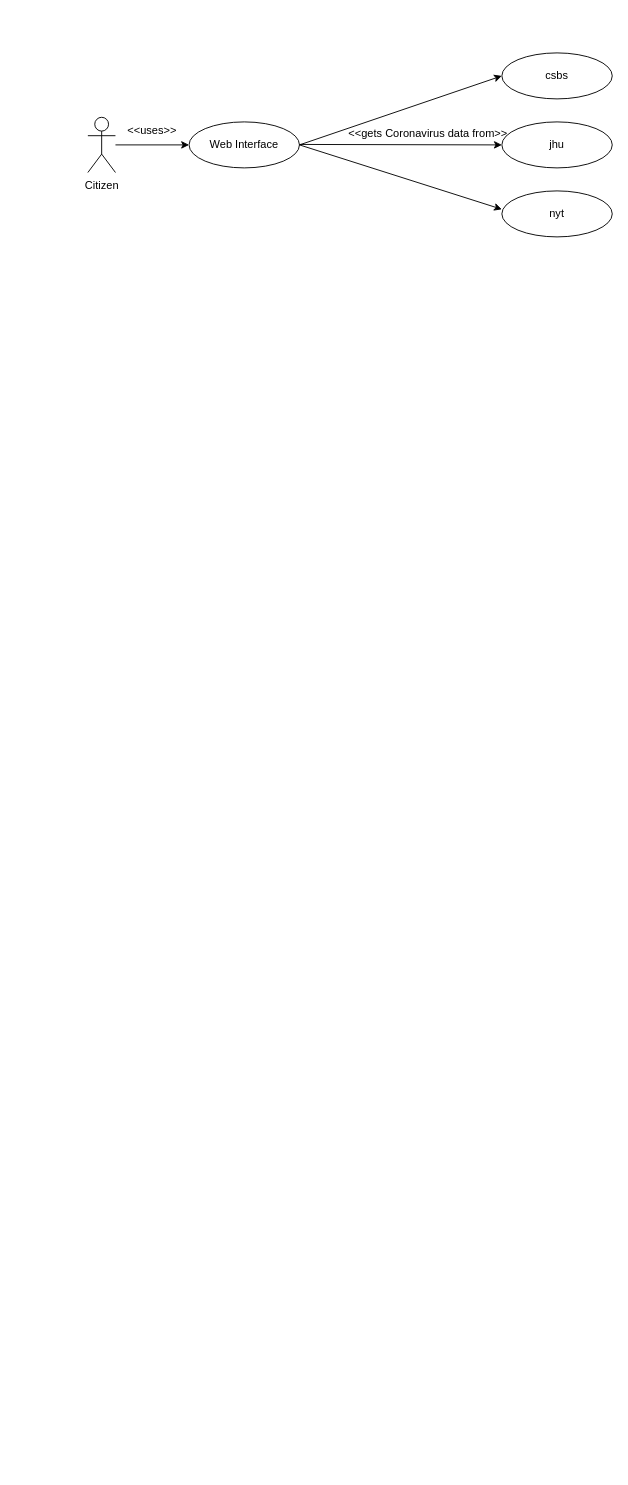
Earlier version of the draw.io diagram Untitled Diagram.drawio (ChenYaooooo/mfgr). Source tidied: cells renumbered, new cells numbered last; positions are measured from the earlier drawing's top-left corner, leaving out a move shared by most shapes. Both pictures are drawn from the tidied source at 92%, with x=0, y=0 at pixel (87, 52).
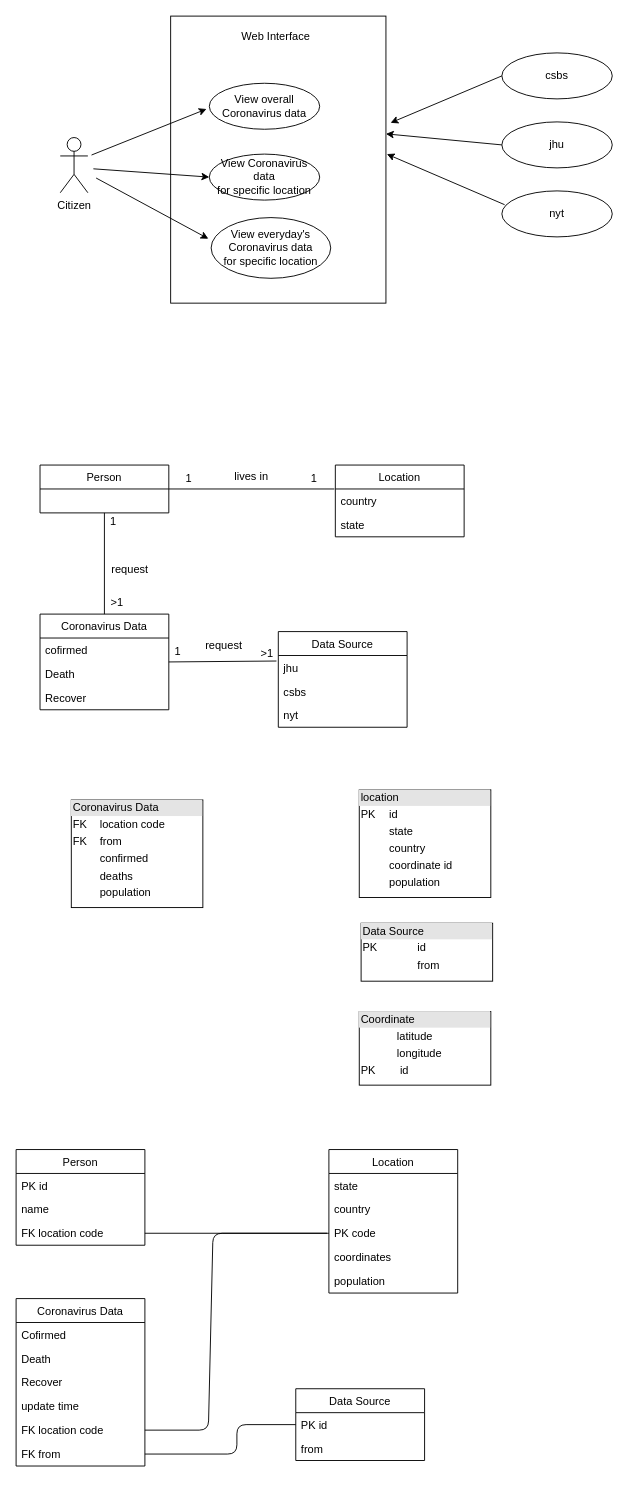
The same diagram, later.

Unchanged cells that the change refers to:
```xml
<mxCell id="6" value="jhu" style="ellipse;whiteSpace=wrap;html=1;" parent="1" vertex="1">
  <mxGeometry x="450" y="75" width="120" height="50" as="geometry" />
</mxCell>
<mxCell id="9" value="csbs" style="ellipse;whiteSpace=wrap;html=1;" parent="1" vertex="1">
  <mxGeometry x="450" width="120" height="50" as="geometry" />
</mxCell>
<mxCell id="10" value="nyt" style="ellipse;whiteSpace=wrap;html=1;" parent="1" vertex="1">
  <mxGeometry x="450" y="150" width="120" height="50" as="geometry" />
</mxCell>
```

Diff of the diagram source:
```diff
@@
     <mxCell id="2" value="Citizen" style="shape=umlActor;verticalLabelPosition=bottom;verticalAlign=top;html=1;" parent="1" vertex="1">
-      <mxGeometry y="70" width="30" height="60" as="geometry" />
+      <mxGeometry x="-30" y="92" width="30" height="60" as="geometry" />
     </mxCell>
-    <mxCell id="3" value="Web Interface" style="ellipse;whiteSpace=wrap;html=1;" parent="1" vertex="1">
-      <mxGeometry x="110" y="75" width="120" height="50" as="geometry" />
-    </mxCell>
-    <mxCell id="4" style="endArrow=classic;html=1;entryX=0;entryY=0.5;entryDx=0;entryDy=0;" parent="1" edge="1" target="3">
-      <mxGeometry relative="1" as="geometry">
-        <mxPoint x="30" y="100" as="sourcePoint" />
-      </mxGeometry>
-    </mxCell>
-    <mxCell id="5" value="&amp;lt;&amp;lt;uses&amp;gt;&amp;gt;" style="text;html=1;strokeColor=none;fillColor=none;align=center;verticalAlign=middle;whiteSpace=wrap;rounded=0;" parent="1" vertex="1">
-      <mxGeometry x="50" y="75" width="40" height="20" as="geometry" />
-    </mxCell>
@@
-    <mxCell id="7" value="&amp;lt;&amp;lt;gets Coronavirus data from&amp;gt;&amp;gt;" style="text;html=1;strokeColor=none;fillColor=none;align=center;verticalAlign=middle;whiteSpace=wrap;rounded=0;" parent="1" vertex="1">
-      <mxGeometry x="270" y="80" width="200" height="15" as="geometry" />
-    </mxCell>
-    <mxCell id="8" style="endArrow=classic;html=1;entryX=0;entryY=0.5;entryDx=0;entryDy=0;" parent="1" edge="1" target="6">
+    <mxCell id="8" style="endArrow=classic;html=1;exitX=0;exitY=0.5;exitDx=0;exitDy=0;" parent="1" edge="1" source="6">
       <mxGeometry relative="1" as="geometry">
-        <mxPoint x="230" y="99.5" as="sourcePoint" />
+        <mxPoint x="324" y="88" as="targetPoint" />
       </mxGeometry>
     </mxCell>
@@
-    <mxCell id="11" style="endArrow=classic;html=1;entryX=0;entryY=0.5;entryDx=0;entryDy=0;exitX=1;exitY=0.5;exitDx=0;exitDy=0;" parent="1" edge="1" source="3" target="9">
-      <mxGeometry relative="1" as="geometry" />
+    <mxCell id="11" style="endArrow=classic;html=1;exitX=0;exitY=0.5;exitDx=0;exitDy=0;" parent="1" edge="1" source="9">
+      <mxGeometry relative="1" as="geometry">
+        <mxPoint x="329" y="76" as="targetPoint" />
+      </mxGeometry>
     </mxCell>
-    <mxCell id="12" style="endArrow=classic;html=1;exitX=1;exitY=0.5;exitDx=0;exitDy=0;" parent="1" edge="1" source="3">
+    <mxCell id="12" style="endArrow=classic;html=1;exitX=0.025;exitY=0.3;exitDx=0;exitDy=0;exitPerimeter=0;" parent="1" edge="1" source="10">
       <mxGeometry relative="1" as="geometry">
-        <mxPoint x="450" y="170" as="targetPoint" />
+        <mxPoint x="325" y="110" as="targetPoint" />
       </mxGeometry>
     </mxCell>
+    <mxCell id="13" style="rounded=0;whiteSpace=wrap;html=1;" parent="1" vertex="1">
+      <mxGeometry x="90" y="-40" width="234" height="312" as="geometry" />
+    </mxCell>
+    <mxCell id="14" value="View overall Coronavirus data" style="ellipse;whiteSpace=wrap;html=1;" parent="1" vertex="1">
+      <mxGeometry x="132" y="33" width="120" height="50" as="geometry" />
+    </mxCell>
+    <mxCell id="15" value="&lt;div&gt;View Coronavirus data&lt;/div&gt;&lt;div&gt;for specific location&lt;br&gt;&lt;/div&gt;" style="ellipse;whiteSpace=wrap;html=1;" parent="1" vertex="1">
+      <mxGeometry x="132" y="110" width="120" height="50" as="geometry" />
+    </mxCell>
+    <mxCell id="16" value="&lt;div&gt;View everyday's Coronavirus data&lt;/div&gt;&lt;div&gt;for specific location&lt;br&gt;&lt;/div&gt;" style="ellipse;whiteSpace=wrap;html=1;" parent="1" vertex="1">
+      <mxGeometry x="134" y="179" width="130" height="66" as="geometry" />
+    </mxCell>
+    <mxCell id="17" style="endArrow=classic;html=1;" parent="1" edge="1">
+      <mxGeometry relative="1" as="geometry">
+        <mxPoint x="4" y="111" as="sourcePoint" />
+        <mxPoint x="129" y="61" as="targetPoint" />
+      </mxGeometry>
+    </mxCell>
+    <mxCell id="18" style="endArrow=classic;html=1;entryX=0;entryY=0.5;entryDx=0;entryDy=0;" parent="1" edge="1" target="15">
+      <mxGeometry relative="1" as="geometry">
+        <mxPoint x="6" y="126" as="sourcePoint" />
+      </mxGeometry>
+    </mxCell>
+    <mxCell id="19" style="endArrow=classic;html=1;" parent="1" edge="1">
+      <mxGeometry relative="1" as="geometry">
+        <mxPoint x="9" y="136" as="sourcePoint" />
+        <mxPoint x="131" y="202" as="targetPoint" />
+      </mxGeometry>
+    </mxCell>
+    <mxCell id="3" value="Web Interface" style="text;html=1;strokeColor=none;fillColor=none;align=center;verticalAlign=middle;whiteSpace=wrap;rounded=0;" parent="1" vertex="1">
+      <mxGeometry x="153" y="-27" width="103" height="20" as="geometry" />
+    </mxCell>
+    <mxCell id="20" value="Person" style="swimlane;fontStyle=0;horizontal=1;startSize=26;" parent="1" vertex="1">
+      <mxGeometry x="-52" y="448" width="140" height="52" as="geometry" />
+    </mxCell>
+    <mxCell id="21" value="Location" style="swimlane;fontStyle=0;horizontal=1;startSize=26;" parent="1" vertex="1">
+      <mxGeometry x="269" y="448" width="140" height="78" as="geometry" />
+    </mxCell>
+    <mxCell id="22" value="country" style="text;strokeColor=none;fillColor=none;align=left;verticalAlign=top;spacingLeft=4;spacingRight=4;overflow=hidden;" parent="21" vertex="1">
+      <mxGeometry y="26" width="140" height="26" as="geometry" />
+    </mxCell>
+    <mxCell id="23" value="state" style="text;strokeColor=none;fillColor=none;align=left;verticalAlign=top;spacingLeft=4;spacingRight=4;overflow=hidden;" parent="21" vertex="1">
+      <mxGeometry y="52" width="140" height="26" as="geometry" />
+    </mxCell>
+    <mxCell id="24" style="endArrow=none;html=1;exitX=1;exitY=0.5;exitDx=0;exitDy=0;" parent="1" edge="1" source="20">
+      <mxGeometry relative="1" as="geometry">
+        <mxPoint x="268" y="474" as="targetPoint" />
+      </mxGeometry>
+    </mxCell>
+    <mxCell id="25" value="Coronavirus Data" style="swimlane;fontStyle=0;horizontal=1;startSize=26;" parent="1" vertex="1">
+      <mxGeometry x="-52" y="610" width="140" height="104" as="geometry" />
+    </mxCell>
+    <mxCell id="26" value="cofirmed" style="text;strokeColor=none;fillColor=none;align=left;verticalAlign=top;spacingLeft=4;spacingRight=4;overflow=hidden;" parent="25" vertex="1">
+      <mxGeometry y="26" width="140" height="26" as="geometry" />
+    </mxCell>
+    <mxCell id="27" value="Death" style="text;strokeColor=none;fillColor=none;align=left;verticalAlign=top;spacingLeft=4;spacingRight=4;overflow=hidden;" parent="25" vertex="1">
+      <mxGeometry y="52" width="140" height="26" as="geometry" />
+    </mxCell>
+    <mxCell id="28" value="Recover" style="text;strokeColor=none;fillColor=none;align=left;verticalAlign=top;spacingLeft=4;spacingRight=4;overflow=hidden;" parent="25" vertex="1">
+      <mxGeometry y="78" width="140" height="26" as="geometry" />
+    </mxCell>
+    <mxCell id="29" value="Data Source" style="swimlane;fontStyle=0;horizontal=1;startSize=26;" parent="1" vertex="1">
+      <mxGeometry x="207" y="629" width="140" height="104" as="geometry" />
+    </mxCell>
+    <mxCell id="30" value="jhu" style="text;strokeColor=none;fillColor=none;align=left;verticalAlign=top;spacingLeft=4;spacingRight=4;overflow=hidden;" parent="29" vertex="1">
+      <mxGeometry y="26" width="140" height="26" as="geometry" />
+    </mxCell>
+    <mxCell id="31" value="csbs" style="text;strokeColor=none;fillColor=none;align=left;verticalAlign=top;spacingLeft=4;spacingRight=4;overflow=hidden;" parent="29" vertex="1">
+      <mxGeometry y="52" width="140" height="26" as="geometry" />
+    </mxCell>
+    <mxCell id="32" value="nyt" style="text;strokeColor=none;fillColor=none;align=left;verticalAlign=top;spacingLeft=4;spacingRight=4;overflow=hidden;" parent="29" vertex="1">
+      <mxGeometry y="78" width="140" height="26" as="geometry" />
+    </mxCell>
+    <mxCell id="33" style="endArrow=none;html=1;entryX=0.5;entryY=1;entryDx=0;entryDy=0;" parent="1" edge="1" source="25" target="20">
+      <mxGeometry relative="1" as="geometry" />
+    </mxCell>
+    <mxCell id="34" value="lives in" style="text;html=1;strokeColor=none;fillColor=none;align=center;verticalAlign=middle;whiteSpace=wrap;rounded=0;" parent="1" vertex="1">
+      <mxGeometry x="158" y="451" width="40" height="20" as="geometry" />
+    </mxCell>
+    <mxCell id="35" value="request" style="text;html=1;strokeColor=none;fillColor=none;align=center;verticalAlign=middle;whiteSpace=wrap;rounded=0;" parent="1" vertex="1">
+      <mxGeometry x="26" y="552" width="40" height="20" as="geometry" />
+    </mxCell>
+    <mxCell id="36" style="endArrow=none;html=1;entryX=1;entryY=0.5;entryDx=0;entryDy=0;" parent="1" edge="1" target="25">
+      <mxGeometry relative="1" as="geometry">
+        <mxPoint x="205" y="661" as="sourcePoint" />
+      </mxGeometry>
+    </mxCell>
+    <mxCell id="37" value="request" style="text;html=1;strokeColor=none;fillColor=none;align=center;verticalAlign=middle;whiteSpace=wrap;rounded=0;" parent="1" vertex="1">
+      <mxGeometry x="128" y="634" width="40" height="20" as="geometry" />
+    </mxCell>
+    <mxCell id="38" value="1" style="text;html=1;strokeColor=none;fillColor=none;align=center;verticalAlign=middle;whiteSpace=wrap;rounded=0;" parent="1" vertex="1">
+      <mxGeometry x="8" y="500" width="40" height="20" as="geometry" />
+    </mxCell>
+    <mxCell id="39" value="&amp;gt;1" style="text;html=1;strokeColor=none;fillColor=none;align=center;verticalAlign=middle;whiteSpace=wrap;rounded=0;" parent="1" vertex="1">
+      <mxGeometry x="12" y="588" width="40" height="20" as="geometry" />
+    </mxCell>
+    <mxCell id="40" value="1" style="text;html=1;strokeColor=none;fillColor=none;align=center;verticalAlign=middle;whiteSpace=wrap;rounded=0;" parent="1" vertex="1">
+      <mxGeometry x="226" y="453" width="40" height="20" as="geometry" />
+    </mxCell>
+    <mxCell id="41" value="1" style="text;html=1;strokeColor=none;fillColor=none;align=center;verticalAlign=middle;whiteSpace=wrap;rounded=0;" parent="1" vertex="1">
+      <mxGeometry x="90" y="453" width="40" height="20" as="geometry" />
+    </mxCell>
+    <mxCell id="42" value="1" style="text;html=1;strokeColor=none;fillColor=none;align=center;verticalAlign=middle;whiteSpace=wrap;rounded=0;" parent="1" vertex="1">
+      <mxGeometry x="78" y="641" width="40" height="20" as="geometry" />
+    </mxCell>
+    <mxCell id="43" value="&amp;gt;1" style="text;html=1;strokeColor=none;fillColor=none;align=center;verticalAlign=middle;whiteSpace=wrap;rounded=0;" parent="1" vertex="1">
+      <mxGeometry x="175" y="643" width="40" height="20" as="geometry" />
+    </mxCell>
+    <mxCell id="44" value="Person" style="swimlane;fontStyle=0;horizontal=1;startSize=26;" parent="1" vertex="1">
+      <mxGeometry x="-78" y="1192" width="140" height="104" as="geometry" />
+    </mxCell>
+    <mxCell id="45" value="PK id" style="text;strokeColor=none;fillColor=none;align=left;verticalAlign=top;spacingLeft=4;spacingRight=4;overflow=hidden;" parent="44" vertex="1">
+      <mxGeometry y="26" width="140" height="26" as="geometry" />
+    </mxCell>
+    <mxCell id="46" value="name" style="text;strokeColor=none;fillColor=none;align=left;verticalAlign=top;spacingLeft=4;spacingRight=4;overflow=hidden;" parent="44" vertex="1">
+      <mxGeometry y="52" width="140" height="26" as="geometry" />
+    </mxCell>
+    <mxCell id="47" value="FK location code" style="text;strokeColor=none;fillColor=none;align=left;verticalAlign=top;spacingLeft=4;spacingRight=4;overflow=hidden;points=[[0,0.5],[1,0.5]];portConstraint=eastwest;" parent="44" vertex="1">
+      <mxGeometry y="78" width="140" height="26" as="geometry" />
+    </mxCell>
+    <mxCell id="48" value="Location" style="swimlane;fontStyle=0;horizontal=1;startSize=26;" parent="1" vertex="1">
+      <mxGeometry x="262" y="1192" width="140" height="156" as="geometry" />
+    </mxCell>
+    <mxCell id="49" value="state" style="text;strokeColor=none;fillColor=none;align=left;verticalAlign=top;spacingLeft=4;spacingRight=4;overflow=hidden;" parent="48" vertex="1">
+      <mxGeometry y="26" width="140" height="26" as="geometry" />
+    </mxCell>
+    <mxCell id="50" value="country" style="text;strokeColor=none;fillColor=none;align=left;verticalAlign=top;spacingLeft=4;spacingRight=4;overflow=hidden;" parent="48" vertex="1">
+      <mxGeometry y="52" width="140" height="26" as="geometry" />
+    </mxCell>
+    <mxCell id="51" value="PK code" style="text;strokeColor=none;fillColor=none;align=left;verticalAlign=top;spacingLeft=4;spacingRight=4;overflow=hidden;points=[[0,0.5],[1,0.5]];portConstraint=eastwest;" parent="48" vertex="1">
+      <mxGeometry y="78" width="140" height="26" as="geometry" />
+    </mxCell>
+    <mxCell id="52" value="coordinates" style="text;strokeColor=none;fillColor=none;align=left;verticalAlign=top;spacingLeft=4;spacingRight=4;overflow=hidden;" parent="48" vertex="1">
+      <mxGeometry y="104" width="140" height="26" as="geometry" />
+    </mxCell>
+    <mxCell id="53" value="population" style="text;strokeColor=none;fillColor=none;align=left;verticalAlign=top;spacingLeft=4;spacingRight=4;overflow=hidden;" parent="48" vertex="1">
+      <mxGeometry y="130" width="140" height="26" as="geometry" />
+    </mxCell>
+    <mxCell id="54" value="Coronavirus Data" style="swimlane;fontStyle=0;horizontal=1;startSize=26;" parent="1" vertex="1">
+      <mxGeometry x="-78" y="1354" width="140" height="182" as="geometry" />
+    </mxCell>
+    <mxCell id="55" value="Cofirmed" style="text;strokeColor=none;fillColor=none;align=left;verticalAlign=top;spacingLeft=4;spacingRight=4;overflow=hidden;" parent="54" vertex="1">
+      <mxGeometry y="26" width="140" height="26" as="geometry" />
+    </mxCell>
+    <mxCell id="56" value="Death" style="text;strokeColor=none;fillColor=none;align=left;verticalAlign=top;spacingLeft=4;spacingRight=4;overflow=hidden;" parent="54" vertex="1">
+      <mxGeometry y="52" width="140" height="26" as="geometry" />
+    </mxCell>
+    <mxCell id="57" value="Recover" style="text;strokeColor=none;fillColor=none;align=left;verticalAlign=top;spacingLeft=4;spacingRight=4;overflow=hidden;" parent="54" vertex="1">
+      <mxGeometry y="78" width="140" height="26" as="geometry" />
+    </mxCell>
+    <mxCell id="58" value="update time" style="text;strokeColor=none;fillColor=none;align=left;verticalAlign=top;spacingLeft=4;spacingRight=4;overflow=hidden;" parent="54" vertex="1">
+      <mxGeometry y="104" width="140" height="26" as="geometry" />
+    </mxCell>
+    <mxCell id="59" value="FK location code" style="text;strokeColor=none;fillColor=none;align=left;verticalAlign=top;spacingLeft=4;spacingRight=4;overflow=hidden;points=[[0,0.5],[1,0.5]];portConstraint=eastwest;" parent="54" vertex="1">
+      <mxGeometry y="130" width="140" height="26" as="geometry" />
+    </mxCell>
+    <mxCell id="60" value="FK from" style="text;strokeColor=none;fillColor=none;align=left;verticalAlign=top;spacingLeft=4;spacingRight=4;overflow=hidden;points=[[0,0.5],[1,0.5]];portConstraint=eastwest;" parent="54" vertex="1">
+      <mxGeometry y="156" width="140" height="26" as="geometry" />
+    </mxCell>
+    <mxCell id="61" value="Data Source" style="swimlane;fontStyle=0;horizontal=1;startSize=26;" parent="1" vertex="1">
+      <mxGeometry x="226" y="1452" width="140" height="78" as="geometry" />
+    </mxCell>
+    <mxCell id="62" value="PK id" style="text;strokeColor=none;fillColor=none;align=left;verticalAlign=top;spacingLeft=4;spacingRight=4;overflow=hidden;points=[[0,0.5],[1,0.5]];portConstraint=eastwest;" parent="61" vertex="1">
+      <mxGeometry y="26" width="140" height="26" as="geometry" />
+    </mxCell>
+    <mxCell id="63" value="from" style="text;strokeColor=none;fillColor=none;align=left;verticalAlign=top;spacingLeft=4;spacingRight=4;overflow=hidden;" parent="61" vertex="1">
+      <mxGeometry y="52" width="140" height="26" as="geometry" />
+    </mxCell>
+    <mxCell id="64" style="endArrow=none;html=1;exitX=1;exitY=0.5;exitDx=0;exitDy=0;entryX=0;entryY=0.5;entryDx=0;entryDy=0;" parent="1" edge="1" source="59" target="51">
+      <mxGeometry relative="1" as="geometry">
+        <Array as="points">
+          <mxPoint x="131" y="1497" />
+          <mxPoint x="136" y="1283" />
+        </Array>
+      </mxGeometry>
+    </mxCell>
+    <mxCell id="65" style="endArrow=none;html=1;exitX=1;exitY=0.5;exitDx=0;exitDy=0;entryX=0;entryY=0.5;entryDx=0;entryDy=0;" parent="1" edge="1" source="60" target="62">
+      <mxGeometry relative="1" as="geometry">
+        <Array as="points">
+          <mxPoint x="162" y="1523" />
+          <mxPoint x="162" y="1491" />
+        </Array>
+      </mxGeometry>
+    </mxCell>
+    <mxCell id="66" style="endArrow=none;html=1;exitX=1;exitY=0.5;exitDx=0;exitDy=0;" parent="1" edge="1" source="47">
+      <mxGeometry relative="1" as="geometry">
+        <mxPoint x="260" y="1283" as="targetPoint" />
+      </mxGeometry>
+    </mxCell>
+    <mxCell id="67" value="&lt;div style=&quot;box-sizing: border-box ; width: 100% ; background: #e4e4e4 ; padding: 2px&quot;&gt;location&lt;br&gt;&lt;/div&gt;&lt;table style=&quot;width: 100% ; font-size: 1em&quot; cellspacing=&quot;0&quot; cellpadding=&quot;2&quot;&gt;&lt;tbody&gt;&lt;tr&gt;&lt;td&gt;PK&lt;/td&gt;&lt;td&gt;id&lt;/td&gt;&lt;/tr&gt;&lt;tr&gt;&lt;td&gt;&lt;br&gt;&lt;/td&gt;&lt;td&gt;state&lt;/td&gt;&lt;/tr&gt;&lt;tr&gt;&lt;td&gt;&lt;br&gt;&lt;/td&gt;&lt;td&gt;country&lt;/td&gt;&lt;/tr&gt;&lt;tr&gt;&lt;td&gt;&lt;br&gt;&lt;/td&gt;&lt;td&gt;coordinate id&lt;br&gt;&lt;/td&gt;&lt;/tr&gt;&lt;tr&gt;&lt;td&gt;&lt;br&gt;&lt;/td&gt;&lt;td&gt;population&lt;br&gt;&lt;/td&gt;&lt;/tr&gt;&lt;/tbody&gt;&lt;/table&gt;" style="verticalAlign=top;align=left;overflow=fill;html=1;" parent="1" vertex="1">
+      <mxGeometry x="295" y="801" width="143" height="117" as="geometry" />
+    </mxCell>
+    <mxCell id="68" value="&lt;div style=&quot;box-sizing: border-box ; width: 100% ; background: #e4e4e4 ; padding: 2px&quot;&gt;Data Source&lt;br&gt;&lt;/div&gt;&lt;table style=&quot;width: 100% ; font-size: 1em&quot; cellspacing=&quot;0&quot; cellpadding=&quot;2&quot;&gt;&lt;tbody&gt;&lt;tr&gt;&lt;td&gt;PK&lt;/td&gt;&lt;td&gt;id&lt;/td&gt;&lt;/tr&gt;&lt;tr&gt;&lt;td&gt;&lt;br&gt;&lt;/td&gt;&lt;td&gt;from&lt;/td&gt;&lt;/tr&gt;&lt;/tbody&gt;&lt;/table&gt;" style="verticalAlign=top;align=left;overflow=fill;html=1;" parent="1" vertex="1">
+      <mxGeometry x="297" y="946" width="143" height="63" as="geometry" />
+    </mxCell>
+    <mxCell id="69" value="&lt;div style=&quot;box-sizing: border-box ; width: 100% ; background: #e4e4e4 ; padding: 2px&quot;&gt;Coronavirus Data&lt;/div&gt;&lt;table style=&quot;width: 100% ; font-size: 1em&quot; cellspacing=&quot;0&quot; cellpadding=&quot;2&quot;&gt;&lt;tbody&gt;&lt;tr&gt;&lt;td&gt;FK&lt;/td&gt;&lt;td&gt;location code&lt;br&gt;&lt;/td&gt;&lt;/tr&gt;&lt;tr&gt;&lt;td&gt;FK&lt;br&gt;&lt;/td&gt;&lt;td&gt;from&lt;/td&gt;&lt;/tr&gt;&lt;tr&gt;&lt;td&gt;&lt;br&gt;&lt;/td&gt;&lt;td&gt;confirmed&lt;/td&gt;&lt;/tr&gt;&lt;tr&gt;&lt;td&gt;&lt;br&gt;&lt;/td&gt;&lt;td&gt;deaths&lt;br&gt;&lt;/td&gt;&lt;/tr&gt;&lt;tr&gt;&lt;td&gt;&lt;br&gt;&lt;/td&gt;&lt;td&gt;population&lt;br&gt;&lt;/td&gt;&lt;/tr&gt;&lt;/tbody&gt;&lt;/table&gt;" style="verticalAlign=top;align=left;overflow=fill;html=1;" parent="1" vertex="1">
+      <mxGeometry x="-18" y="812" width="143" height="117" as="geometry" />
+    </mxCell>
+    <mxCell id="70" value="&lt;div style=&quot;box-sizing: border-box ; width: 100% ; background: #e4e4e4 ; padding: 2px&quot;&gt;Coordinate&lt;br&gt;&lt;/div&gt;&lt;table style=&quot;width: 100% ; font-size: 1em&quot; cellspacing=&quot;0&quot; cellpadding=&quot;2&quot;&gt;&lt;tbody&gt;&lt;tr&gt;&lt;td&gt;&lt;br&gt;&lt;/td&gt;&lt;td&gt;latitude&lt;/td&gt;&lt;/tr&gt;&lt;tr&gt;&lt;td&gt;&lt;br&gt;&lt;/td&gt;&lt;td&gt;longitude&lt;br&gt;&lt;/td&gt;&lt;/tr&gt;&lt;tr&gt;&lt;td&gt;PK&lt;br&gt;&lt;/td&gt;&lt;td&gt;&amp;nbsp;id&lt;br&gt;&lt;/td&gt;&lt;/tr&gt;&lt;tr&gt;&lt;td&gt;&lt;br&gt;&lt;/td&gt;&lt;td&gt;&lt;br&gt;&lt;/td&gt;&lt;/tr&gt;&lt;/tbody&gt;&lt;/table&gt;" style="verticalAlign=top;align=left;overflow=fill;html=1;" parent="1" vertex="1">
+      <mxGeometry x="295" y="1042" width="143" height="80" as="geometry" />
+    </mxCell>
```
